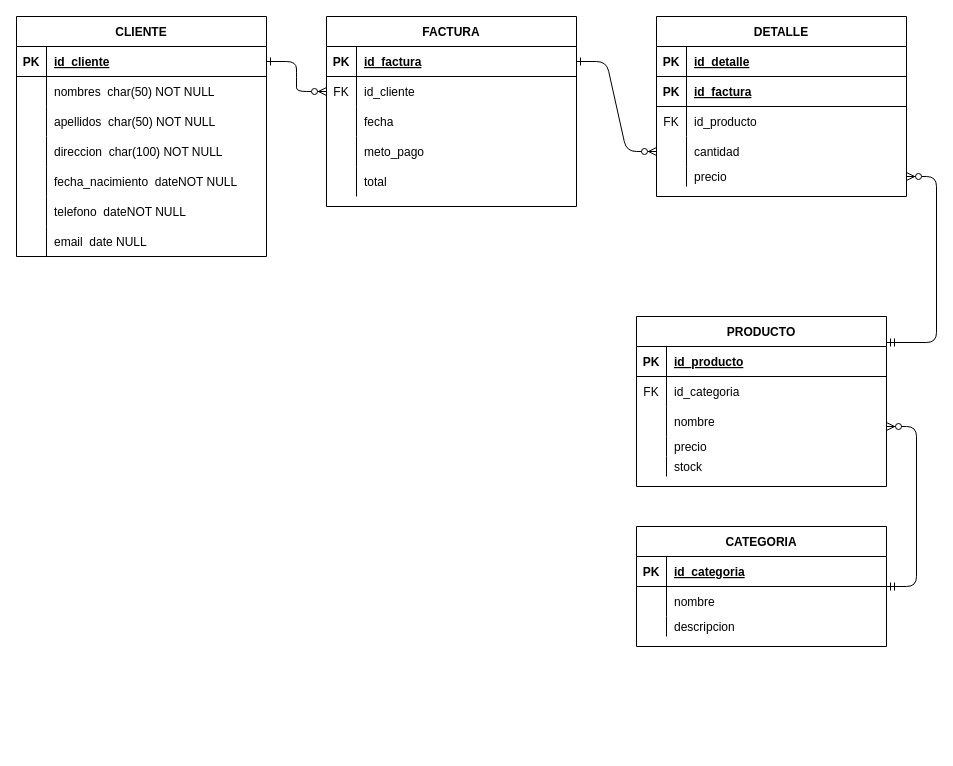
Above: mitienda.drawio in George8a/mitienda (draw.io), before the change. Source tidied: cells renumbered, new cells numbered last; positions are measured from the earlier drawing's top-left corner, leaving out a move shared by most shapes. Both pictures are drawn from the tidied source at 100%, with x=0, y=0 at pixel (16, 16).
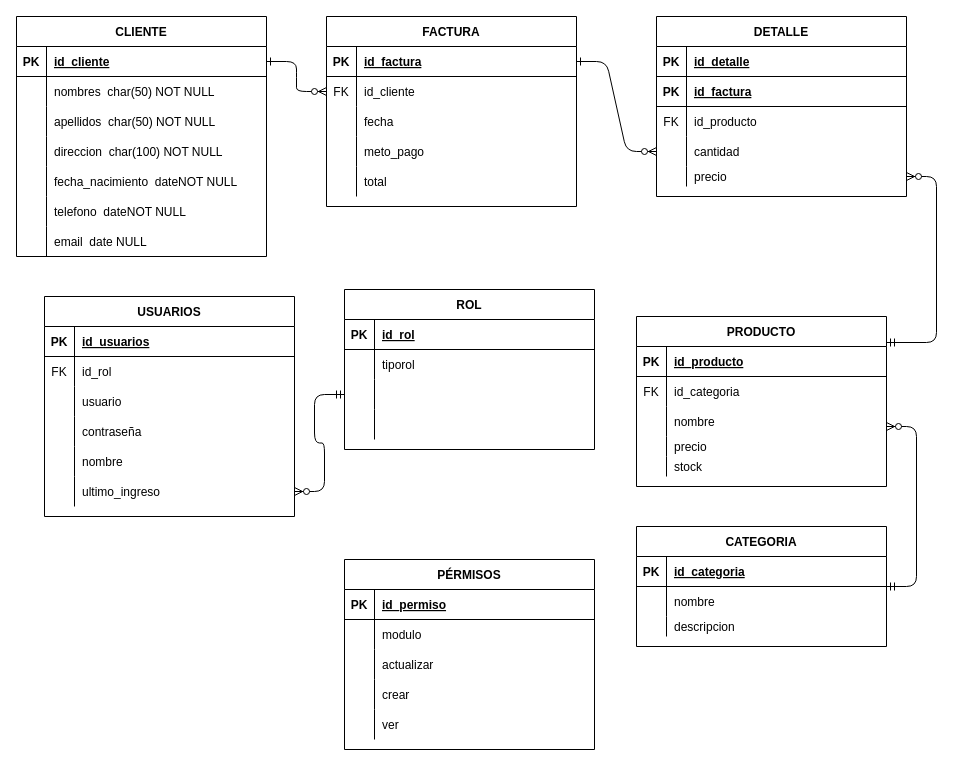
Above is the later version.

Commit message:
tablas usuario de sitemas falta relacion

What changed in the source:
```diff
@@
+    <mxCell id="86" value="USUARIOS" style="shape=table;startSize=30;childLayout=tableLayout;rowLines=0;fontStyle=1;align=center;" parent="1" vertex="1">
+      <mxGeometry x="28" y="280" width="250" height="220" as="geometry" />
+    </mxCell>
+    <mxCell id="87" style="shape=partialRectangle;fillColor=none;top=0;left=0;right=0;bottom=1;" parent="86" vertex="1">
+      <mxGeometry y="30" width="250" height="30" as="geometry" />
+    </mxCell>
+    <mxCell id="88" value="PK" style="shape=partialRectangle;overflow=hidden;fillColor=none;top=0;left=0;bottom=0;right=0;fontStyle=1;" parent="87" vertex="1">
+      <mxGeometry width="30" height="30" as="geometry" />
+    </mxCell>
+    <mxCell id="89" value="id_usuarios" style="shape=partialRectangle;overflow=hidden;fillColor=none;top=0;left=0;bottom=0;right=0;align=left;spacingLeft=6;fontStyle=5;" parent="87" vertex="1">
+      <mxGeometry x="30" width="220" height="30" as="geometry" />
+    </mxCell>
+    <mxCell id="90" style="shape=partialRectangle;fillColor=none;top=0;left=0;right=0;bottom=0;" parent="86" vertex="1">
+      <mxGeometry y="60" width="250" height="30" as="geometry" />
+    </mxCell>
+    <mxCell id="91" value="FK" style="shape=partialRectangle;overflow=hidden;fillColor=none;top=0;left=0;bottom=0;right=0;" parent="90" vertex="1">
+      <mxGeometry width="30" height="30" as="geometry" />
+    </mxCell>
+    <mxCell id="92" value="id_rol" style="shape=partialRectangle;overflow=hidden;fillColor=none;top=0;left=0;bottom=0;right=0;align=left;spacingLeft=6;" parent="90" vertex="1">
+      <mxGeometry x="30" width="220" height="30" as="geometry" />
+    </mxCell>
+    <mxCell id="93" style="shape=partialRectangle;fillColor=none;top=0;left=0;right=0;bottom=0;" parent="86" vertex="1">
+      <mxGeometry y="90" width="250" height="30" as="geometry" />
+    </mxCell>
+    <mxCell id="94" style="shape=partialRectangle;overflow=hidden;fillColor=none;top=0;left=0;bottom=0;right=0;" parent="93" vertex="1">
+      <mxGeometry width="30" height="30" as="geometry" />
+    </mxCell>
+    <mxCell id="95" value="usuario" style="shape=partialRectangle;overflow=hidden;fillColor=none;top=0;left=0;bottom=0;right=0;align=left;spacingLeft=6;" parent="93" vertex="1">
+      <mxGeometry x="30" width="220" height="30" as="geometry" />
+    </mxCell>
+    <mxCell id="96" style="shape=partialRectangle;fillColor=none;top=0;left=0;right=0;bottom=0;" parent="86" vertex="1">
+      <mxGeometry y="120" width="250" height="30" as="geometry" />
+    </mxCell>
+    <mxCell id="97" style="shape=partialRectangle;overflow=hidden;fillColor=none;top=0;left=0;bottom=0;right=0;" parent="96" vertex="1">
+      <mxGeometry width="30" height="30" as="geometry" />
+    </mxCell>
+    <mxCell id="98" value="contraseña" style="shape=partialRectangle;overflow=hidden;fillColor=none;top=0;left=0;bottom=0;right=0;align=left;spacingLeft=6;" parent="96" vertex="1">
+      <mxGeometry x="30" width="220" height="30" as="geometry" />
+    </mxCell>
+    <mxCell id="99" style="shape=partialRectangle;fillColor=none;top=0;left=0;right=0;bottom=0;" parent="86" vertex="1">
+      <mxGeometry y="150" width="250" height="30" as="geometry" />
+    </mxCell>
+    <mxCell id="100" style="shape=partialRectangle;overflow=hidden;fillColor=none;top=0;left=0;bottom=0;right=0;" parent="99" vertex="1">
+      <mxGeometry width="30" height="30" as="geometry" />
+    </mxCell>
+    <mxCell id="101" value="nombre" style="shape=partialRectangle;overflow=hidden;fillColor=none;top=0;left=0;bottom=0;right=0;align=left;spacingLeft=6;" parent="99" vertex="1">
+      <mxGeometry x="30" width="220" height="30" as="geometry" />
+    </mxCell>
+    <mxCell id="102" style="shape=partialRectangle;fillColor=none;points=[[0,0.5],[1,0.5]];portConstraint=eastwest;top=0;left=0;right=0;bottom=0;" parent="86" vertex="1">
+      <mxGeometry y="180" width="250" height="30" as="geometry" />
+    </mxCell>
+    <mxCell id="103" style="shape=partialRectangle;overflow=hidden;fillColor=none;top=0;left=0;bottom=0;right=0;" parent="102" vertex="1">
+      <mxGeometry width="30" height="30" as="geometry" />
+    </mxCell>
+    <mxCell id="104" value="ultimo_ingreso" style="shape=partialRectangle;overflow=hidden;fillColor=none;top=0;left=0;bottom=0;right=0;align=left;spacingLeft=6;" parent="102" vertex="1">
+      <mxGeometry x="30" width="220" height="30" as="geometry" />
+    </mxCell>
+    <mxCell id="105" value="ROL" style="shape=table;startSize=30;childLayout=tableLayout;rowLines=0;fontStyle=1;align=center;" parent="1" vertex="1">
+      <mxGeometry x="328" y="273" width="250" height="160" as="geometry" />
+    </mxCell>
+    <mxCell id="106" style="shape=partialRectangle;fillColor=none;top=0;left=0;right=0;bottom=1;" parent="105" vertex="1">
+      <mxGeometry y="30" width="250" height="30" as="geometry" />
+    </mxCell>
+    <mxCell id="107" value="PK" style="shape=partialRectangle;overflow=hidden;fillColor=none;top=0;left=0;bottom=0;right=0;fontStyle=1;" parent="106" vertex="1">
+      <mxGeometry width="30" height="30" as="geometry" />
+    </mxCell>
+    <mxCell id="108" value="id_rol" style="shape=partialRectangle;overflow=hidden;fillColor=none;top=0;left=0;bottom=0;right=0;align=left;spacingLeft=6;fontStyle=5;" parent="106" vertex="1">
+      <mxGeometry x="30" width="220" height="30" as="geometry" />
+    </mxCell>
+    <mxCell id="109" style="shape=partialRectangle;fillColor=none;top=0;left=0;right=0;bottom=0;" parent="105" vertex="1">
+      <mxGeometry y="60" width="250" height="30" as="geometry" />
+    </mxCell>
+    <mxCell id="110" style="shape=partialRectangle;overflow=hidden;fillColor=none;top=0;left=0;bottom=0;right=0;" parent="109" vertex="1">
+      <mxGeometry width="30" height="30" as="geometry" />
+    </mxCell>
+    <mxCell id="111" value="tiporol" style="shape=partialRectangle;overflow=hidden;fillColor=none;top=0;left=0;bottom=0;right=0;align=left;spacingLeft=6;" parent="109" vertex="1">
+      <mxGeometry x="30" width="220" height="30" as="geometry" />
+    </mxCell>
+    <mxCell id="112" style="shape=partialRectangle;fillColor=none;points=[[0,0.5],[1,0.5]];portConstraint=eastwest;top=0;left=0;right=0;bottom=0;" parent="105" vertex="1">
+      <mxGeometry y="90" width="250" height="30" as="geometry" />
+    </mxCell>
+    <mxCell id="113" style="shape=partialRectangle;overflow=hidden;fillColor=none;top=0;left=0;bottom=0;right=0;" parent="112" vertex="1">
+      <mxGeometry width="30" height="30" as="geometry" />
+    </mxCell>
+    <mxCell id="114" style="shape=partialRectangle;overflow=hidden;fillColor=none;top=0;left=0;bottom=0;right=0;align=left;spacingLeft=6;" parent="112" vertex="1">
+      <mxGeometry x="30" width="220" height="30" as="geometry" />
+    </mxCell>
+    <mxCell id="115" style="shape=partialRectangle;fillColor=none;top=0;left=0;right=0;bottom=0;" parent="105" vertex="1">
+      <mxGeometry y="120" width="250" height="30" as="geometry" />
+    </mxCell>
+    <mxCell id="116" style="shape=partialRectangle;overflow=hidden;fillColor=none;top=0;left=0;bottom=0;right=0;" parent="115" vertex="1">
+      <mxGeometry width="30" height="30" as="geometry" />
+    </mxCell>
+    <mxCell id="117" style="shape=partialRectangle;overflow=hidden;fillColor=none;top=0;left=0;bottom=0;right=0;align=left;spacingLeft=6;" parent="115" vertex="1">
+      <mxGeometry x="30" width="220" height="30" as="geometry" />
+    </mxCell>
+    <mxCell id="118" value="PÉRMISOS" style="shape=table;startSize=30;childLayout=tableLayout;rowLines=0;fontStyle=1;align=center;" parent="1" vertex="1">
+      <mxGeometry x="328" y="543" width="250" height="190" as="geometry" />
+    </mxCell>
+    <mxCell id="119" style="shape=partialRectangle;fillColor=none;top=0;left=0;right=0;bottom=1;" parent="118" vertex="1">
+      <mxGeometry y="30" width="250" height="30" as="geometry" />
+    </mxCell>
+    <mxCell id="120" value="PK" style="shape=partialRectangle;overflow=hidden;fillColor=none;top=0;left=0;bottom=0;right=0;fontStyle=1;" parent="119" vertex="1">
+      <mxGeometry width="30" height="30" as="geometry" />
+    </mxCell>
+    <mxCell id="121" value="id_permiso" style="shape=partialRectangle;overflow=hidden;fillColor=none;top=0;left=0;bottom=0;right=0;align=left;spacingLeft=6;fontStyle=5;" parent="119" vertex="1">
+      <mxGeometry x="30" width="220" height="30" as="geometry" />
+    </mxCell>
+    <mxCell id="122" style="shape=partialRectangle;fillColor=none;top=0;left=0;right=0;bottom=0;" parent="118" vertex="1">
+      <mxGeometry y="60" width="250" height="30" as="geometry" />
+    </mxCell>
+    <mxCell id="123" style="shape=partialRectangle;overflow=hidden;fillColor=none;top=0;left=0;bottom=0;right=0;" parent="122" vertex="1">
+      <mxGeometry width="30" height="30" as="geometry" />
+    </mxCell>
+    <mxCell id="124" value="modulo" style="shape=partialRectangle;overflow=hidden;fillColor=none;top=0;left=0;bottom=0;right=0;align=left;spacingLeft=6;" parent="122" vertex="1">
+      <mxGeometry x="30" width="220" height="30" as="geometry" />
+    </mxCell>
+    <mxCell id="125" style="shape=partialRectangle;fillColor=none;top=0;left=0;right=0;bottom=0;" parent="118" vertex="1">
+      <mxGeometry y="90" width="250" height="30" as="geometry" />
+    </mxCell>
+    <mxCell id="126" style="shape=partialRectangle;overflow=hidden;fillColor=none;top=0;left=0;bottom=0;right=0;" parent="125" vertex="1">
+      <mxGeometry width="30" height="30" as="geometry" />
+    </mxCell>
+    <mxCell id="127" value="actualizar" style="shape=partialRectangle;overflow=hidden;fillColor=none;top=0;left=0;bottom=0;right=0;align=left;spacingLeft=6;" parent="125" vertex="1">
+      <mxGeometry x="30" width="220" height="30" as="geometry" />
+    </mxCell>
+    <mxCell id="128" style="shape=partialRectangle;fillColor=none;top=0;left=0;right=0;bottom=0;" parent="118" vertex="1">
+      <mxGeometry y="120" width="250" height="30" as="geometry" />
+    </mxCell>
+    <mxCell id="129" style="shape=partialRectangle;overflow=hidden;fillColor=none;top=0;left=0;bottom=0;right=0;" parent="128" vertex="1">
+      <mxGeometry width="30" height="30" as="geometry" />
+    </mxCell>
+    <mxCell id="130" value="crear" style="shape=partialRectangle;overflow=hidden;fillColor=none;top=0;left=0;bottom=0;right=0;align=left;spacingLeft=6;" parent="128" vertex="1">
+      <mxGeometry x="30" width="220" height="30" as="geometry" />
+    </mxCell>
+    <mxCell id="131" style="shape=partialRectangle;fillColor=none;top=0;left=0;right=0;bottom=0;" parent="118" vertex="1">
+      <mxGeometry y="150" width="250" height="30" as="geometry" />
+    </mxCell>
+    <mxCell id="132" style="shape=partialRectangle;overflow=hidden;fillColor=none;top=0;left=0;bottom=0;right=0;" parent="131" vertex="1">
+      <mxGeometry width="30" height="30" as="geometry" />
+    </mxCell>
+    <mxCell id="133" value="ver" style="shape=partialRectangle;overflow=hidden;fillColor=none;top=0;left=0;bottom=0;right=0;align=left;spacingLeft=6;" parent="131" vertex="1">
+      <mxGeometry x="30" width="220" height="30" as="geometry" />
+    </mxCell>
+    <mxCell id="134" style="edgeStyle=entityRelationEdgeStyle;fontSize=12;html=1;endArrow=ERzeroToMany;startArrow=ERmandOne;" parent="1" edge="1" source="112" target="102">
+      <mxGeometry relative="1" as="geometry" />
+    </mxCell>
```
